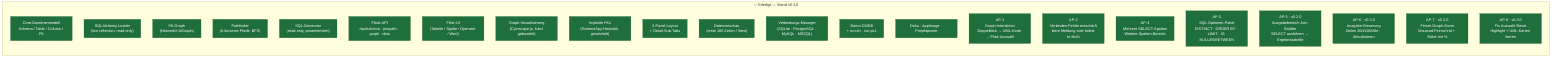
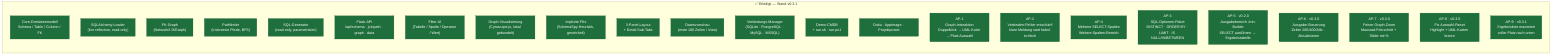
flowchart LR
    classDef done fill:#1f6f3c,color:#fff,stroke:#1a5c32
    classDef wip  fill:#7a5c00,color:#fff,stroke:#5e4600
    classDef plan fill:#2c3550,color:#fff,stroke:#1e2538

-     subgraph DONE["✅  Erledigt — Stand v0.3.0"]
+     subgraph DONE["✅  Erledigt — Stand v0.3.1"]
        direction TB
        D1["Core-Domänenmodell\nSchema / Table / Column / FK"]
        D2["SQLAlchemy-Loader\n(live reflection, read-only)"]
        D3["FK-Graph\n(NetworkX DiGraph)"]
        D4["Pathfinder\n(k-kürzeste Pfade, BFS)"]
        D5["SQL-Generator\n(read-only, parametrisiert)"]
        D6["Flask-API\n/api/schema · joinpath · graph · data"]
        D7["Filter-UI\n(Tabelle / Spalte / Operator / Wert)"]
        D8["Graph-Visualisierung\n(Cytoscape.js, lokal gebundelt)"]
        D9["Implizite FKs\n(SchemaSpy-Heuristik, gestrichelt)"]
        D10["3-Panel-Layout\n+ Detail-Sub-Tabs"]
        D11["Datenvorschau\n(erste 100 Zeilen / View)"]
        D12["Verbindungs-Manager\n(SQLite · PostgreSQL · MySQL · MSSQL)"]
        D13["Demo-CMDB\n+ run.sh · run.ps1"]
        D14["Doku · AppImage · Projektposter"]
        D15["AP-1\nGraph-Interaktion\nDoppelklick → UML-Karte → Pfad-Auswahl"]
        D16["AP-2\nVerbinden-Fehler entschärft\nklare Meldung statt failed-to-fetch"]
        D17["AP-4\nMehrere SELECT-Spalten\nWeitere-Spalten-Bereich"]
        D18["AP-3\nSQL-Optionen-Paket\nDISTINCT · ORDER BY · LIMIT · IS NULL/IN/BETWEEN"]
        D19["AP-5 · v0.2.0\nAusgabebereich Join-Builder\nSELECT ausführen → Ergebnistabelle"]
        D20["AP-6 · v0.3.0\nAusgabe-Steuerung\nZeilen 200/400/Alle · Aktualisieren"]
        D21["AP-7 · v0.3.0\nFeiner Graph-Zoom\nMausrad-Feinschritt + Slider mit %"]
        D22["AP-8 · v0.3.0\nFix Auswahl-Reset\nHighlight + UML-Karten leeren"]
+         D23["AP-9 · v0.3.1\nErgebnisliste maximiert\nvoller Platz nach unten"]
    end

-     class D1,D2,D3,D4,D5,D6,D7,D8,D9,D10,D11,D12,D13,D14,D15,D16,D17,D18,D19,D20,D21,D22 done
+     class D1,D2,D3,D4,D5,D6,D7,D8,D9,D10,D11,D12,D13,D14,D15,D16,D17,D18,D19,D20,D21,D22,D23 done
